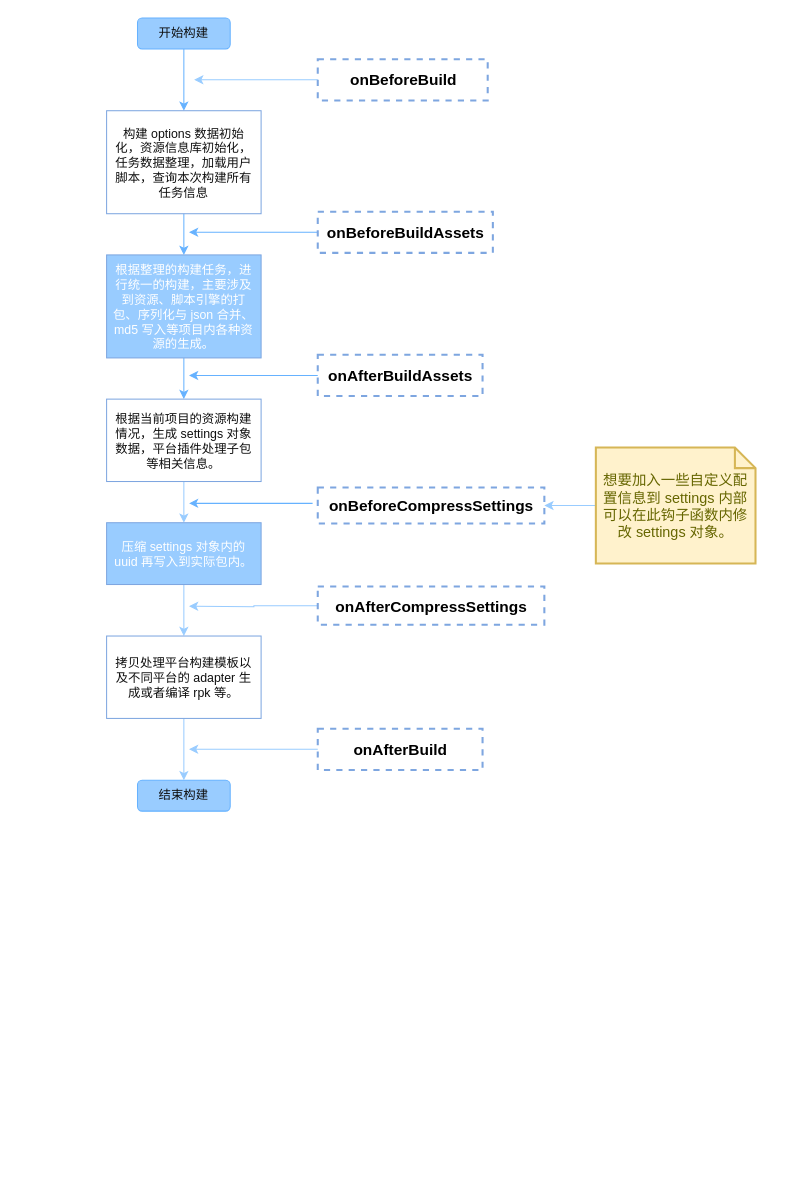
Before: zh/editor/publish/custom-project-build-template/build-process-public.drawio in cocos/cocos-docs, a draw.io diagram. Source tidied: cells renumbered, new cells numbered last; positions are measured from the earlier drawing's top-left corner, leaving out a move shared by most shapes. Both pictures are drawn from the tidied source at 103%, with x=0, y=0 at pixel (106, 18).
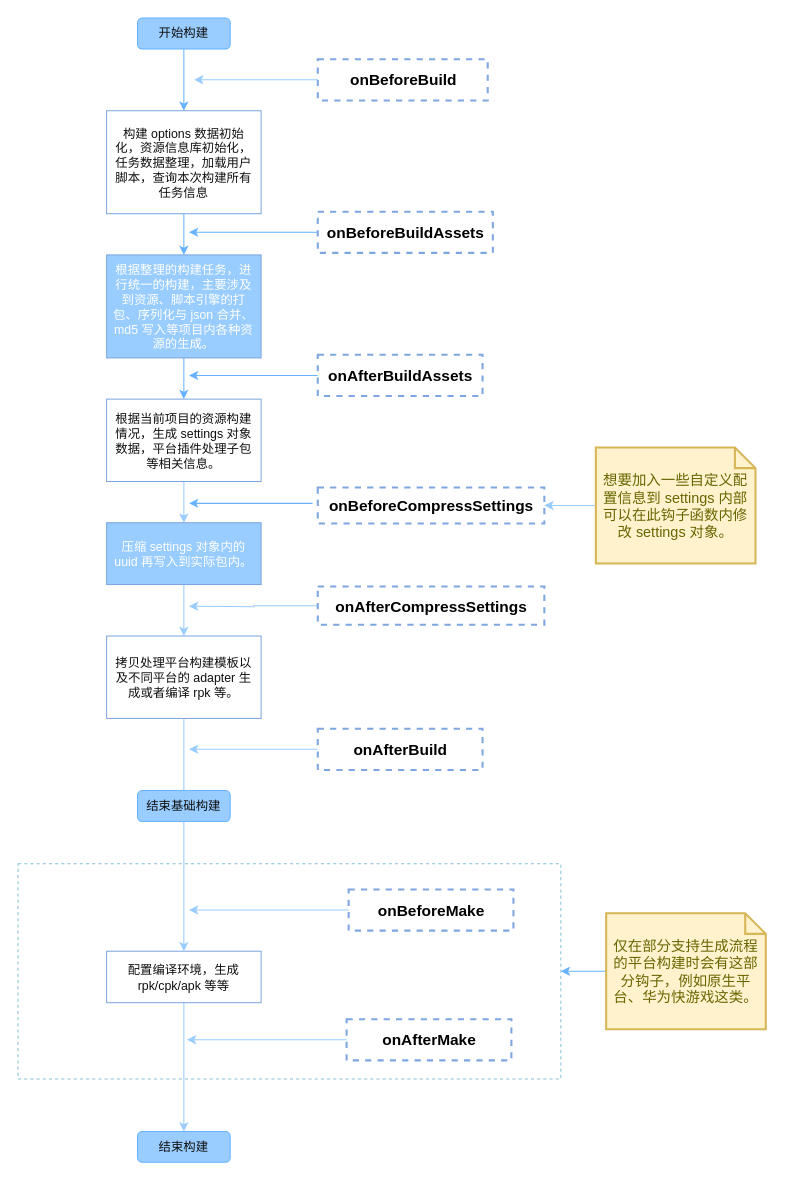
Above is the later version.

Unchanged cells that the change refers to:
```xml
<mxCell id="29" value="拷贝处理平台构建模板以及不同平台的 adapter 生成或者编译 rpk 等。" style="rounded=0;whiteSpace=wrap;html=1;fillColor=none;strokeColor=#7EA6E0;fontColor=#0F0F0F;spacingTop=2;spacingLeft=4;spacingRight=4;" parent="1" vertex="1">
  <mxGeometry y="600" width="150" height="80" as="geometry" />
</mxCell>
```

Diff of the diagram source:
```diff
@@
     <mxCell id="13" value="&lt;span&gt;结束构建&lt;/span&gt;" style="rounded=1;whiteSpace=wrap;html=1;strokeColor=#66B2FF;fillColor=#99CCFF;fontColor=#0F0F0F;" parent="1" vertex="1">
-      <mxGeometry x="30" y="740" width="90" height="30" as="geometry" />
+      <mxGeometry x="30" y="1081" width="90" height="30" as="geometry" />
     </mxCell>
@@
-    <mxCell id="28" style="edgeStyle=orthogonalEdgeStyle;rounded=0;jettySize=auto;html=1;exitX=0.5;exitY=1;exitDx=0;exitDy=0;entryX=0.5;entryY=0;entryDx=0;entryDy=0;strokeColor=#99CCFF;" parent="1" edge="1" source="29" target="13">
+    <mxCell id="28" style="edgeStyle=orthogonalEdgeStyle;rounded=0;jettySize=auto;html=1;exitX=0.5;exitY=1;exitDx=0;exitDy=0;entryX=0.5;entryY=0;entryDx=0;entryDy=0;strokeColor=#99CCFF;" parent="1" edge="1" source="30" target="13">
       <mxGeometry relative="1" as="geometry" />
     </mxCell>
@@
+    <mxCell id="30" value="配置编译环境，生成 rpk/cpk/apk 等等" style="rounded=0;whiteSpace=wrap;html=1;fillColor=none;strokeColor=#7EA6E0;fontColor=#0F0F0F;spacingTop=2;spacingLeft=4;spacingRight=4;" parent="1" vertex="1">
+      <mxGeometry y="906" width="150" height="50" as="geometry" />
+    </mxCell>
+    <mxCell id="31" style="edgeStyle=orthogonalEdgeStyle;rounded=0;jettySize=auto;html=1;exitX=0.5;exitY=1;exitDx=0;exitDy=0;entryX=0.5;entryY=0;entryDx=0;entryDy=0;strokeColor=#99CCFF;" parent="1" edge="1" source="29" target="30">
+      <mxGeometry relative="1" as="geometry" />
+    </mxCell>
+    <mxCell id="32" value="&lt;span&gt;结束基础构建&lt;/span&gt;" style="rounded=1;whiteSpace=wrap;html=1;strokeColor=#66B2FF;fillColor=#99CCFF;fontColor=#0F0F0F;" parent="1" vertex="1">
+      <mxGeometry x="30" y="750" width="90" height="30" as="geometry" />
+    </mxCell>
+    <mxCell id="33" style="edgeStyle=orthogonalEdgeStyle;rounded=0;jettySize=auto;html=1;strokeColor=#99CCFF;" parent="1" edge="1" source="34">
+      <mxGeometry relative="1" as="geometry">
+        <mxPoint x="80" y="866" as="targetPoint" />
+      </mxGeometry>
+    </mxCell>
+    <mxCell id="34" value="&lt;font color=&quot;#000000&quot; style=&quot;font-size: 15px&quot;&gt;onBeforeMake&lt;/font&gt;" style="html=1;fontColor=#FAFFFF;fontStyle=1;align=center;verticalAlign=middle;spacing=0;labelBorderColor=none;fillColor=none;dashed=1;strokeWidth=2;strokeColor=#7EA6E0;spacingLeft=0;spacingTop=0;labelBackgroundColor=none;fontSize=15;" parent="1" vertex="1">
+      <mxGeometry x="235" y="846" width="160" height="40" as="geometry" />
+    </mxCell>
+    <mxCell id="35" style="edgeStyle=orthogonalEdgeStyle;rounded=0;jettySize=auto;html=1;strokeColor=#99CCFF;" parent="1" edge="1" source="36">
+      <mxGeometry relative="1" as="geometry">
+        <mxPoint x="78" y="992" as="targetPoint" />
+      </mxGeometry>
+    </mxCell>
+    <mxCell id="36" value="&lt;font color=&quot;#000000&quot; style=&quot;font-size: 15px&quot;&gt;onAfterMake&lt;/font&gt;" style="html=1;fontColor=#FAFFFF;fontStyle=1;align=center;verticalAlign=middle;spacing=0;labelBorderColor=none;fillColor=none;dashed=1;strokeWidth=2;strokeColor=#7EA6E0;spacingLeft=0;spacingTop=0;labelBackgroundColor=none;fontSize=15;" parent="1" vertex="1">
+      <mxGeometry x="233" y="972" width="160" height="40" as="geometry" />
+    </mxCell>
+    <mxCell id="37" style="rounded=0;whiteSpace=wrap;html=1;fillColor=none;dashed=1;strokeColor=#85C0D6;" parent="1" vertex="1">
+      <mxGeometry x="-86" y="821" width="527" height="209" as="geometry" />
+    </mxCell>
+    <mxCell id="38" style="edgeStyle=orthogonalEdgeStyle;rounded=0;jettySize=auto;html=1;fillColor=#1ba1e2;strokeColor=#66B2FF;" parent="1" edge="1" source="39" target="37">
+      <mxGeometry relative="1" as="geometry" />
+    </mxCell>
+    <mxCell id="39" value="仅在部分支持生成流程的平台构建时会有这部分钩子，例如原生平台、华为快游戏这类。" style="shape=note;strokeWidth=2;fontSize=14;size=20;whiteSpace=wrap;html=1;fillColor=#fff2cc;strokeColor=#d6b656;fontColor=#666600;labelBackgroundColor=none;align=center;spacingTop=2;spacingLeft=2;spacingRight=2;" parent="1" vertex="1">
+      <mxGeometry x="485" y="869.2" width="155" height="112.5" as="geometry" />
+    </mxCell>
```
